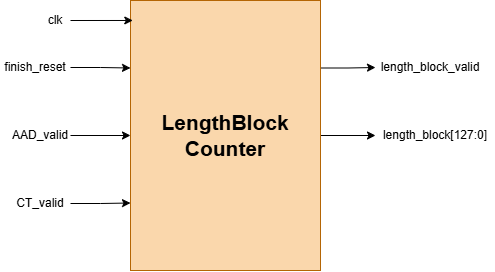
Earlier version of the draw.io export Quang Long/_media/LengthBlockCTR high level.png (LQLManZz/AES128-Verilog). Source tidied: cells renumbered, new cells last; positions are measured from the earlier drawing's top-left corner, leaving out a move shared by most shapes.
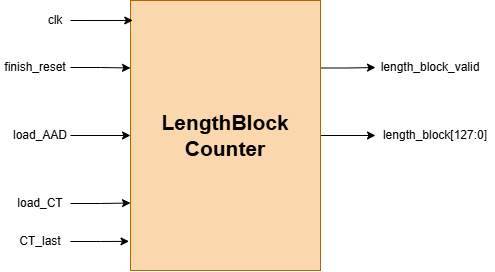
The same file after the commit.

Diff of the diagram source:
```diff
@@ -17,13 +17,13 @@
     <mxCell id="6" style="edgeStyle=orthogonalEdgeStyle;rounded=0;jettySize=auto;html=1;exitX=1;exitY=0.5;exitDx=0;exitDy=0;entryX=0;entryY=0.5;entryDx=0;entryDy=0;fontFamily=Helvetica;fontSize=12;fontColor=default;" parent="1" edge="1" source="7" target="4">
       <mxGeometry relative="1" as="geometry" />
     </mxCell>
-    <mxCell id="7" value="AAD_valid" style="text;html=1;whiteSpace=wrap;strokeColor=none;fillColor=none;align=center;verticalAlign=middle;rounded=0;" parent="1" vertex="1">
+    <mxCell id="7" value="load_AAD" style="text;html=1;whiteSpace=wrap;strokeColor=none;fillColor=none;align=center;verticalAlign=middle;rounded=0;" parent="1" vertex="1">
       <mxGeometry x="10" y="120" width="60" height="30" as="geometry" />
     </mxCell>
     <mxCell id="8" style="edgeStyle=orthogonalEdgeStyle;rounded=0;jettySize=auto;html=1;exitX=1;exitY=0.5;exitDx=0;exitDy=0;entryX=0;entryY=0.75;entryDx=0;entryDy=0;fontFamily=Helvetica;fontSize=12;fontColor=default;" parent="1" edge="1" source="9" target="4">
       <mxGeometry relative="1" as="geometry" />
     </mxCell>
-    <mxCell id="9" value="CT_valid" style="text;html=1;whiteSpace=wrap;strokeColor=none;fillColor=none;align=center;verticalAlign=middle;rounded=0;" parent="1" vertex="1">
+    <mxCell id="9" value="load_CT" style="text;html=1;whiteSpace=wrap;strokeColor=none;fillColor=none;align=center;verticalAlign=middle;rounded=0;" parent="1" vertex="1">
       <mxGeometry x="10" y="188" width="60" height="30" as="geometry" />
     </mxCell>
     <mxCell id="10" value="clk" style="text;html=1;whiteSpace=wrap;strokeColor=none;fillColor=none;align=center;verticalAlign=middle;rounded=0;" parent="1" vertex="1">
@@ -41,5 +41,11 @@
     <mxCell id="14" value="length_block_valid" style="text;html=1;whiteSpace=wrap;strokeColor=none;fillColor=none;align=center;verticalAlign=middle;rounded=0;" parent="1" vertex="1">
       <mxGeometry x="375" y="52" width="110" height="30" as="geometry" />
     </mxCell>
+    <mxCell id="15" value="CT_last" style="text;html=1;whiteSpace=wrap;strokeColor=none;fillColor=none;align=center;verticalAlign=middle;rounded=0;" parent="1" vertex="1">
+      <mxGeometry x="10" y="226" width="60" height="30" as="geometry" />
+    </mxCell>
+    <mxCell id="16" style="edgeStyle=orthogonalEdgeStyle;rounded=0;jettySize=auto;html=1;exitX=1;exitY=0.5;exitDx=0;exitDy=0;entryX=-0.008;entryY=0.892;entryDx=0;entryDy=0;entryPerimeter=0;" parent="1" edge="1" source="15" target="4">
+      <mxGeometry relative="1" as="geometry" />
+    </mxCell>
   </root>
 </mxGraphModel>
```
